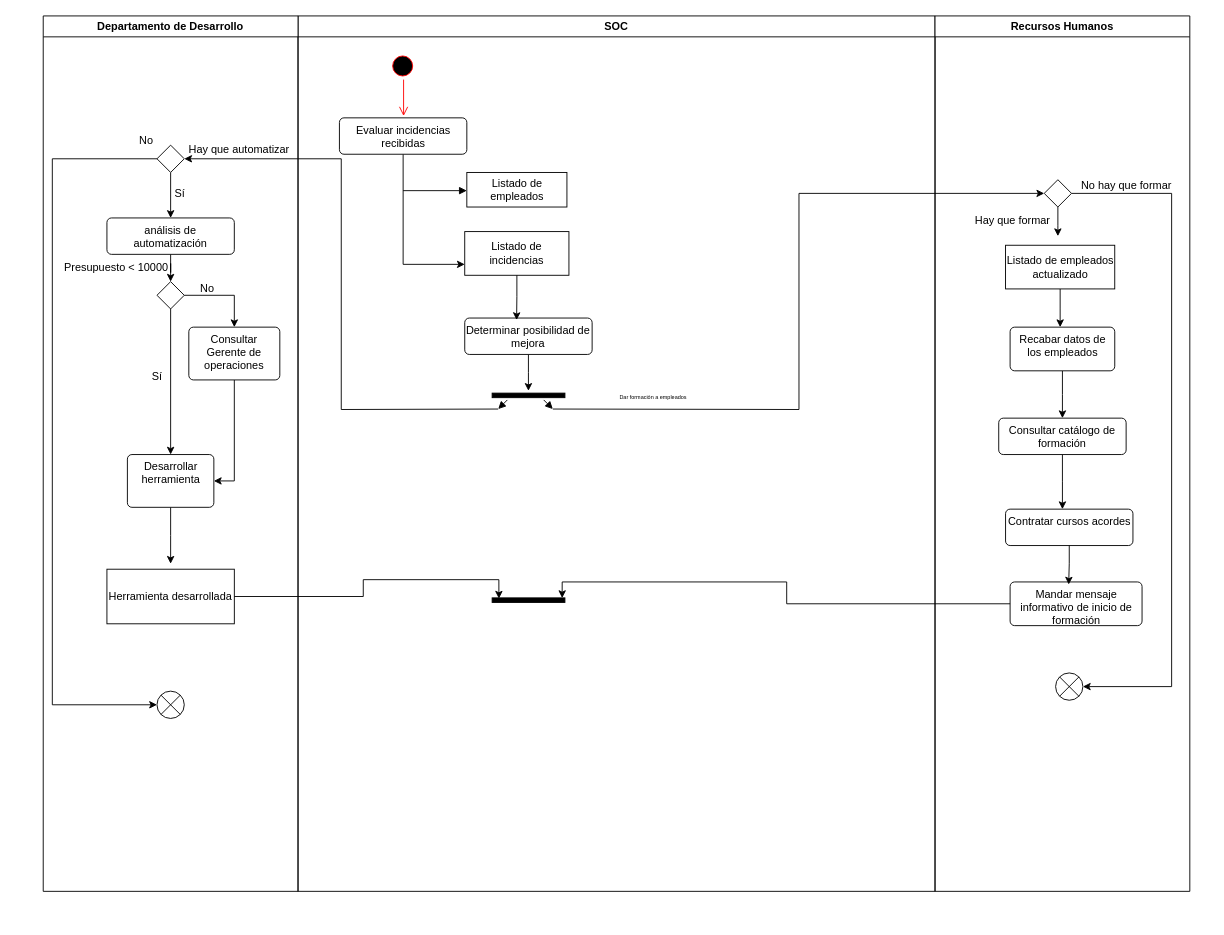
This is Diagrama sin título.drawio from miguelmnz14/SI, a draw.io file, before an edit. Source tidied: cells renumbered, new cells numbered last; positions are measured from the earlier drawing's top-left corner, leaving out a move shared by most shapes. Both pictures are drawn from the tidied source at 91%, with x=0, y=0 at pixel (43, 15).
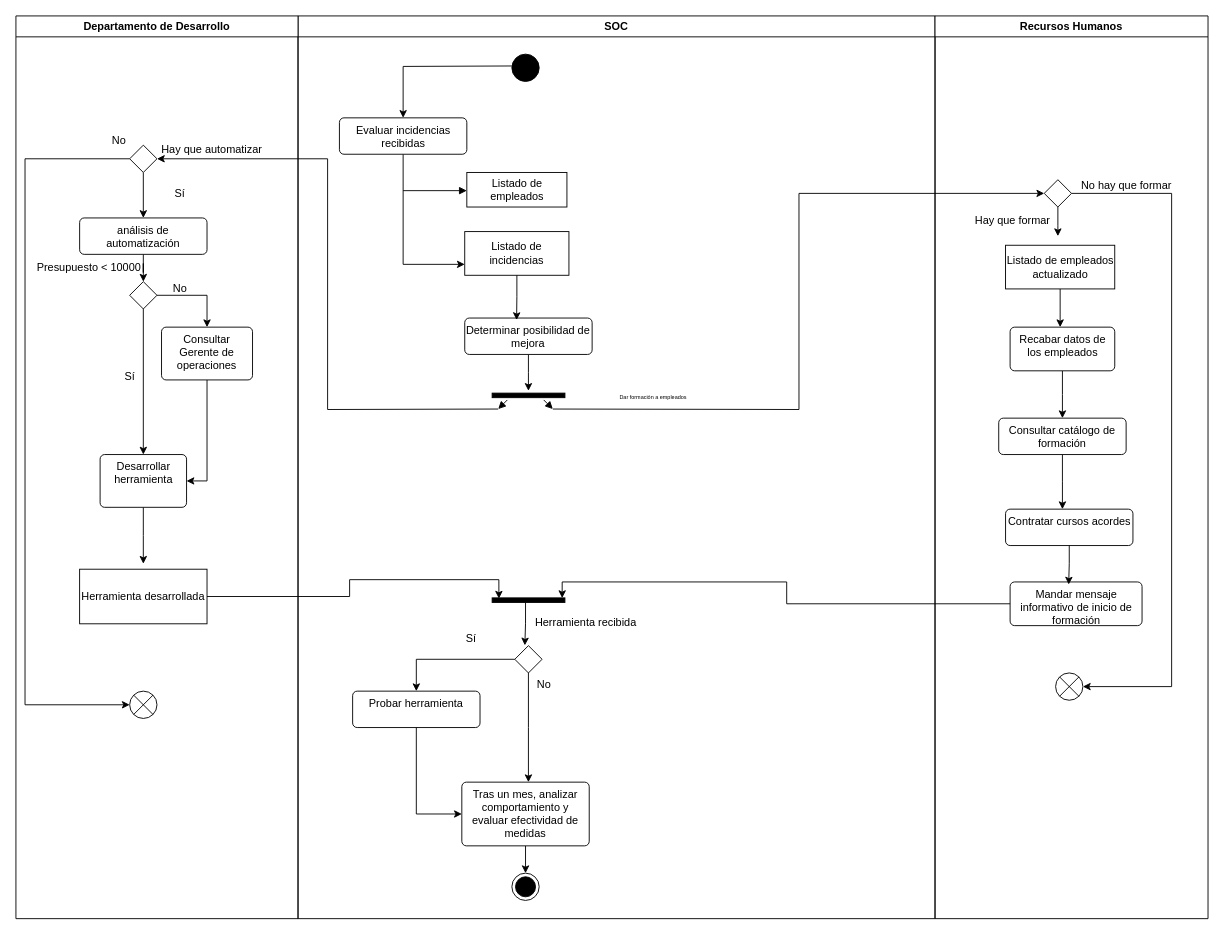
After the change.

The change refers to these unchanged cells:
```xml
<mxCell id="6" value="Evaluar incidencias recibidas&lt;div&gt;&lt;br&gt;&lt;/div&gt;" style="html=1;align=center;verticalAlign=top;rounded=1;absoluteArcSize=1;arcSize=10;dashed=0;whiteSpace=wrap;" parent="2" vertex="1">
  <mxGeometry x="45.5" y="112" width="140" height="40" as="geometry" />
</mxCell>
<mxCell id="17" style="html=1;points=[];perimeter=orthogonalPerimeter;fillColor=strokeColor;rotation=90;" parent="2" vertex="1">
  <mxGeometry x="250.8" y="602" width="5" height="80" as="geometry" />
</mxCell>
```

The edit, as a diff of the source:
```diff
@@
     <mxCell id="2" value="SOC" style="swimlane;whiteSpace=wrap;" parent="1" vertex="1">
-      <mxGeometry x="280" width="700" height="962" as="geometry" />
+      <mxGeometry x="280" width="700" height="992" as="geometry" />
     </mxCell>
-    <mxCell id="3" style="ellipse;shape=startState;fillColor=#000000;strokeColor=#ff0000;" parent="2" vertex="1">
-      <mxGeometry x="100" y="40" width="30" height="30" as="geometry" />
-    </mxCell>
-    <mxCell id="4" style="edgeStyle=elbowEdgeStyle;elbow=horizontal;verticalAlign=bottom;endArrow=open;endSize=8;strokeColor=#FF0000;endFill=1;rounded=0;" parent="2" edge="1" source="3">
-      <mxGeometry x="100" y="40" as="geometry">
-        <mxPoint x="115.5" y="110" as="targetPoint" />
-      </mxGeometry>
-    </mxCell>
+    <mxCell id="59" style="edgeStyle=orthogonalEdgeStyle;rounded=0;jettySize=auto;html=1;entryX=0.5;entryY=0;entryDx=0;entryDy=0;" parent="2" edge="1" target="6">
+      <mxGeometry relative="1" as="geometry">
+        <mxPoint x="235" y="55" as="sourcePoint" />
+      </mxGeometry>
+    </mxCell>
@@
+    <mxCell id="60" style="edgeStyle=orthogonalEdgeStyle;rounded=0;jettySize=auto;html=1;entryX=0.5;entryY=0;entryDx=0;entryDy=0;" parent="2" edge="1" source="62" target="65">
+      <mxGeometry relative="1" as="geometry" />
+    </mxCell>
+    <mxCell id="61" style="edgeStyle=orthogonalEdgeStyle;rounded=0;jettySize=auto;html=1;" parent="2" edge="1" source="62">
+      <mxGeometry relative="1" as="geometry">
+        <mxPoint x="253.2" y="842" as="targetPoint" />
+      </mxGeometry>
+    </mxCell>
+    <mxCell id="62" style="rhombus;" parent="2" vertex="1">
+      <mxGeometry x="238.2" y="692" width="30" height="30" as="geometry" />
+    </mxCell>
+    <mxCell id="63" style="edgeStyle=orthogonalEdgeStyle;rounded=0;jettySize=auto;html=1;entryX=0.369;entryY=-0.01;entryDx=0;entryDy=0;entryPerimeter=0;" parent="2" edge="1" source="17" target="62">
+      <mxGeometry relative="1" as="geometry">
+        <Array as="points">
+          <mxPoint x="250" y="668" />
+          <mxPoint x="249" y="668" />
+        </Array>
+      </mxGeometry>
+    </mxCell>
+    <mxCell id="64" value="Herramienta recibida" style="text;html=1;align=center;verticalAlign=middle;strokeColor=none;fillColor=none;" parent="2" vertex="1">
+      <mxGeometry x="250.8" y="652" width="130" height="30" as="geometry" />
+    </mxCell>
+    <mxCell id="65" value="Probar herramienta" style="html=1;align=center;verticalAlign=top;rounded=1;absoluteArcSize=1;arcSize=10;dashed=0;whiteSpace=wrap;" parent="2" vertex="1">
+      <mxGeometry x="60" y="742" width="140" height="40" as="geometry" />
+    </mxCell>
+    <mxCell id="66" style="ellipse;html=1;shape=endState;fillColor=strokeColor;" parent="2" vertex="1">
+      <mxGeometry x="235" y="942" width="30" height="30" as="geometry" />
+    </mxCell>
+    <mxCell id="67" style="ellipse;fillColor=strokeColor;html=1;" parent="2" vertex="1">
+      <mxGeometry x="235" y="42" width="30" height="30" as="geometry" />
+    </mxCell>
     <mxCell id="18" value="Departamento de Desarrollo" style="swimlane;whiteSpace=wrap;" parent="1" vertex="1">
-      <mxGeometry width="280" height="962" as="geometry" />
+      <mxGeometry x="-30" width="310" height="992" as="geometry" />
     </mxCell>
@@
     <mxCell id="38" value="Recursos Humanos" style="swimlane;whiteSpace=wrap;" parent="1" vertex="1">
-      <mxGeometry x="980" width="280" height="962" as="geometry" />
+      <mxGeometry x="980" width="300" height="992" as="geometry" />
     </mxCell>
@@
+    <mxCell id="68" value="Sí" style="text;html=1;align=center;verticalAlign=middle;strokeColor=none;fillColor=none;" parent="1" vertex="1">
+      <mxGeometry x="455" y="670" width="30" height="30" as="geometry" />
+    </mxCell>
+    <mxCell id="69" value="No" style="text;html=1;align=center;verticalAlign=middle;strokeColor=none;fillColor=none;" parent="1" vertex="1">
+      <mxGeometry x="530" y="720" width="40" height="30" as="geometry" />
+    </mxCell>
+    <mxCell id="70" style="edgeStyle=orthogonalEdgeStyle;rounded=0;jettySize=auto;html=1;" parent="1" edge="1" source="71">
+      <mxGeometry relative="1" as="geometry">
+        <mxPoint x="530" y="942" as="targetPoint" />
+      </mxGeometry>
+    </mxCell>
+    <mxCell id="71" value="Tras un mes, analizar comportamiento y evaluar efectividad de medidas" style="html=1;align=center;verticalAlign=top;rounded=1;absoluteArcSize=1;arcSize=10;dashed=0;whiteSpace=wrap;" parent="1" vertex="1">
+      <mxGeometry x="460" y="842" width="140" height="70" as="geometry" />
+    </mxCell>
+    <mxCell id="72" style="edgeStyle=orthogonalEdgeStyle;rounded=0;jettySize=auto;html=1;entryX=0;entryY=0.5;entryDx=0;entryDy=0;" parent="1" edge="1" source="65" target="71">
+      <mxGeometry relative="1" as="geometry" />
+    </mxCell>
```
